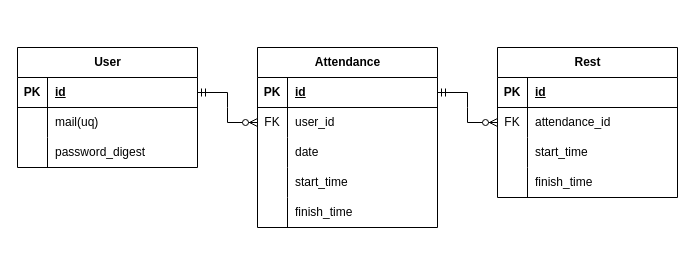
Earlier version of the draw.io diagram Rails研修課題_ER図.drawio (tomohiko-harada/training-rails-attendance-system). Source tidied: cells renumbered, new cells numbered last; positions are measured from the earlier drawing's top-left corner, leaving out a move shared by most shapes. Both pictures are drawn from the tidied source at 100%, with x=0, y=0 at pixel (17, 47).
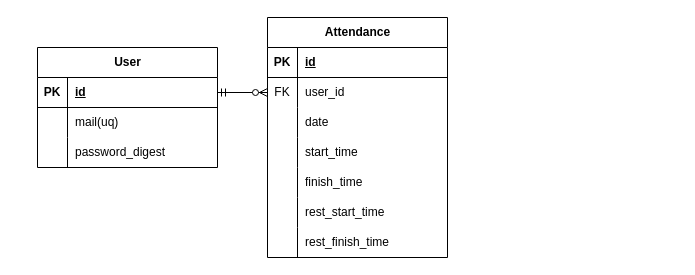
The same page after the edit.

Commit message:
Restモデルの内容をAttendanceに統合

The change refers to these unchanged cells:
```xml
<mxCell id="13" style="shape=tableRow;horizontal=0;startSize=0;swimlaneHead=0;swimlaneBody=0;fillColor=none;points=[[0,0.5],[1,0.5]];portConstraint=eastwest;top=0;left=0;right=0;bottom=1;" parent="12" vertex="1">
  <mxGeometry y="30" width="180" height="30" as="geometry" />
</mxCell>
```

What changed in the source:
```diff
@@
     <mxCell id="2" value="User" style="shape=table;startSize=30;childLayout=tableLayout;rowLines=0;fontStyle=1;align=center;html=1;" parent="1" vertex="1">
-      <mxGeometry width="180" height="120" as="geometry" />
+      <mxGeometry x="20" width="180" height="120" as="geometry" />
     </mxCell>
@@
     <mxCell id="12" value="Attendance" style="shape=table;startSize=30;childLayout=tableLayout;rowLines=0;fontStyle=1;align=center;html=1;" parent="1" vertex="1">
-      <mxGeometry x="240" width="180" height="180" as="geometry" />
+      <mxGeometry x="250" y="-30" width="180" height="240" as="geometry" />
     </mxCell>
@@
-    <mxCell id="28" value="Rest" style="shape=table;startSize=30;childLayout=tableLayout;rowLines=0;fontStyle=1;align=center;html=1;" parent="1" vertex="1">
-      <mxGeometry x="480" width="180" height="150" as="geometry" />
-    </mxCell>
-    <mxCell id="29" style="shape=tableRow;horizontal=0;startSize=0;swimlaneHead=0;swimlaneBody=0;fillColor=none;top=0;left=0;right=0;bottom=1;" parent="28" vertex="1">
-      <mxGeometry y="30" width="180" height="30" as="geometry" />
-    </mxCell>
-    <mxCell id="30" value="PK" style="shape=partialRectangle;fillColor=none;top=0;left=0;bottom=0;right=0;fontStyle=1;overflow=hidden;whiteSpace=wrap;html=1;" parent="29" vertex="1">
-      <mxGeometry width="30" height="30" as="geometry" />
-    </mxCell>
-    <mxCell id="31" value="id" style="shape=partialRectangle;fillColor=none;top=0;left=0;bottom=0;right=0;align=left;spacingLeft=6;fontStyle=5;overflow=hidden;whiteSpace=wrap;html=1;" parent="29" vertex="1">
-      <mxGeometry x="30" width="150" height="30" as="geometry" />
-    </mxCell>
-    <mxCell id="32" style="shape=tableRow;horizontal=0;startSize=0;swimlaneHead=0;swimlaneBody=0;fillColor=none;points=[[0,0.5],[1,0.5]];portConstraint=eastwest;top=0;left=0;right=0;bottom=0;" parent="28" vertex="1">
-      <mxGeometry y="60" width="180" height="30" as="geometry" />
-    </mxCell>
-    <mxCell id="33" value="FK" style="shape=partialRectangle;fillColor=none;top=0;left=0;bottom=0;right=0;overflow=hidden;whiteSpace=wrap;html=1;" parent="32" vertex="1">
-      <mxGeometry width="30" height="30" as="geometry" />
-    </mxCell>
-    <mxCell id="34" value="attendance_id" style="shape=partialRectangle;fillColor=none;top=0;left=0;bottom=0;right=0;align=left;spacingLeft=6;overflow=hidden;whiteSpace=wrap;html=1;" parent="32" vertex="1">
-      <mxGeometry x="30" width="150" height="30" as="geometry" />
-    </mxCell>
-    <mxCell id="35" style="shape=tableRow;horizontal=0;startSize=0;swimlaneHead=0;swimlaneBody=0;fillColor=none;top=0;left=0;right=0;bottom=0;" parent="28" vertex="1">
-      <mxGeometry y="90" width="180" height="30" as="geometry" />
-    </mxCell>
-    <mxCell id="36" style="shape=partialRectangle;fillColor=none;top=0;left=0;bottom=0;right=0;overflow=hidden;whiteSpace=wrap;html=1;" parent="35" vertex="1">
-      <mxGeometry width="30" height="30" as="geometry" />
-    </mxCell>
-    <mxCell id="37" value="start_time" style="shape=partialRectangle;fillColor=none;top=0;left=0;bottom=0;right=0;align=left;spacingLeft=6;overflow=hidden;whiteSpace=wrap;html=1;" parent="35" vertex="1">
-      <mxGeometry x="30" width="150" height="30" as="geometry" />
-    </mxCell>
-    <mxCell id="38" style="shape=tableRow;horizontal=0;startSize=0;swimlaneHead=0;swimlaneBody=0;fillColor=none;top=0;left=0;right=0;bottom=0;" parent="28" vertex="1">
-      <mxGeometry y="120" width="180" height="30" as="geometry" />
-    </mxCell>
-    <mxCell id="39" style="shape=partialRectangle;fillColor=none;top=0;left=0;bottom=0;right=0;overflow=hidden;whiteSpace=wrap;html=1;" parent="38" vertex="1">
-      <mxGeometry width="30" height="30" as="geometry" />
-    </mxCell>
-    <mxCell id="40" value="finish_time" style="shape=partialRectangle;fillColor=none;top=0;left=0;bottom=0;right=0;align=left;spacingLeft=6;overflow=hidden;whiteSpace=wrap;html=1;" parent="38" vertex="1">
-      <mxGeometry x="30" width="150" height="30" as="geometry" />
-    </mxCell>
+    <mxCell id="43" style="shape=tableRow;horizontal=0;startSize=0;swimlaneHead=0;swimlaneBody=0;fillColor=none;top=0;left=0;right=0;bottom=0;" parent="12" vertex="1">
+      <mxGeometry y="180" width="180" height="30" as="geometry" />
+    </mxCell>
+    <mxCell id="44" style="shape=partialRectangle;fillColor=none;top=0;left=0;bottom=0;right=0;overflow=hidden;whiteSpace=wrap;html=1;" parent="43" vertex="1">
+      <mxGeometry width="30" height="30" as="geometry" />
+    </mxCell>
+    <mxCell id="45" value="rest_start_time" style="shape=partialRectangle;fillColor=none;top=0;left=0;bottom=0;right=0;align=left;spacingLeft=6;overflow=hidden;whiteSpace=wrap;html=1;" parent="43" vertex="1">
+      <mxGeometry x="30" width="150" height="30" as="geometry" />
+    </mxCell>
+    <mxCell id="46" style="shape=tableRow;horizontal=0;startSize=0;swimlaneHead=0;swimlaneBody=0;fillColor=none;top=0;left=0;right=0;bottom=0;" parent="12" vertex="1">
+      <mxGeometry y="210" width="180" height="30" as="geometry" />
+    </mxCell>
+    <mxCell id="47" style="shape=partialRectangle;fillColor=none;top=0;left=0;bottom=0;right=0;overflow=hidden;whiteSpace=wrap;html=1;" parent="46" vertex="1">
+      <mxGeometry width="30" height="30" as="geometry" />
+    </mxCell>
+    <mxCell id="48" value="rest_finish_time" style="shape=partialRectangle;fillColor=none;top=0;left=0;bottom=0;right=0;align=left;spacingLeft=6;overflow=hidden;whiteSpace=wrap;html=1;" parent="46" vertex="1">
+      <mxGeometry x="30" width="150" height="30" as="geometry" />
+    </mxCell>
@@
-    <mxCell id="42" style="edgeStyle=entityRelationEdgeStyle;fontSize=12;html=1;endArrow=ERzeroToMany;startArrow=ERmandOne;rounded=0;entryX=0;entryY=0.5;entryDx=0;entryDy=0;exitX=1;exitY=0.5;exitDx=0;exitDy=0;" parent="1" edge="1" source="13" target="32">
-      <mxGeometry relative="1" as="geometry" />
-    </mxCell>
```
